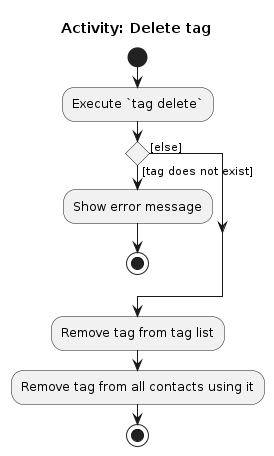
The PlantUML diagram diagrams/tag/TagDeleteActivityDiagram.png in AY2526S2-CS2103-T11-1/tp, before a commit. Its source is kept beside it as diagrams/tag/TagDeleteActivityDiagram.puml. The source it was exported from:
```plantuml
@startuml
title Activity: Delete tag

start

:Execute `tag delete`;

if () then ([tag does not exist])
    :Show error message;
    stop
else ([else])
endif

:Remove tag from tag list;
:Remove tag from all contacts using it;

stop
@enduml
```
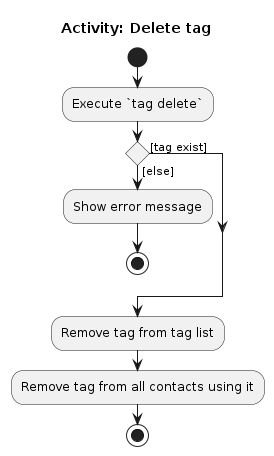
After the commit.

Diff of the diagram source:
```diff
@@ -5,10 +5,10 @@
 
 :Execute `tag delete`;
 
-if () then ([tag does not exist])
+if () then ([tag exist])
+else ([else])
     :Show error message;
     stop
-else ([else])
 endif
 
 :Remove tag from tag list;
```
